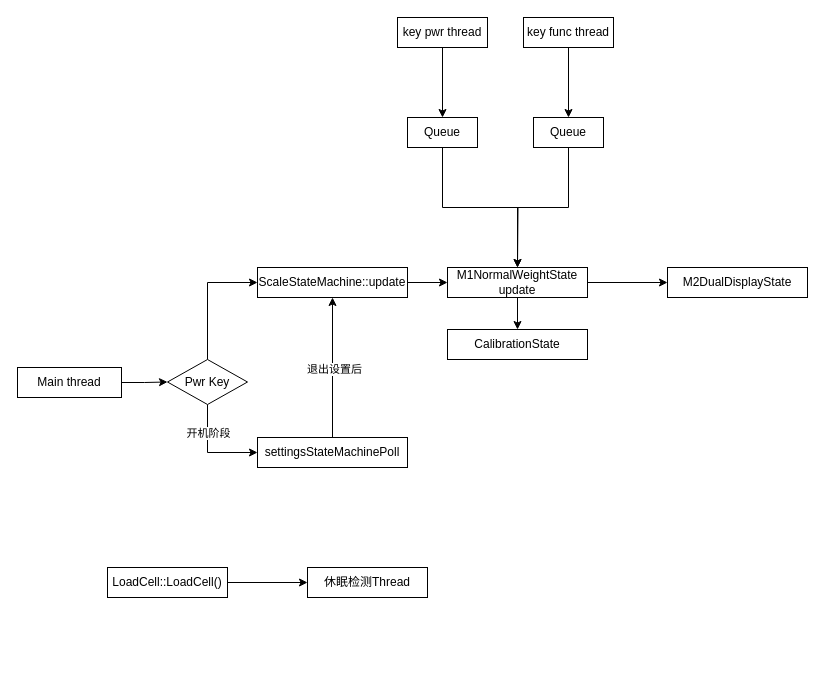
This is CoffeeWs/未命名绘图.drawio from mailonghua/drawio, a draw.io file, before an edit. Source tidied: cells renumbered, new cells numbered last; positions are measured from the earlier drawing's top-left corner, leaving out a move shared by most shapes. Both pictures are drawn from the tidied source at 100%, with x=0, y=0 at pixel (17, 17).
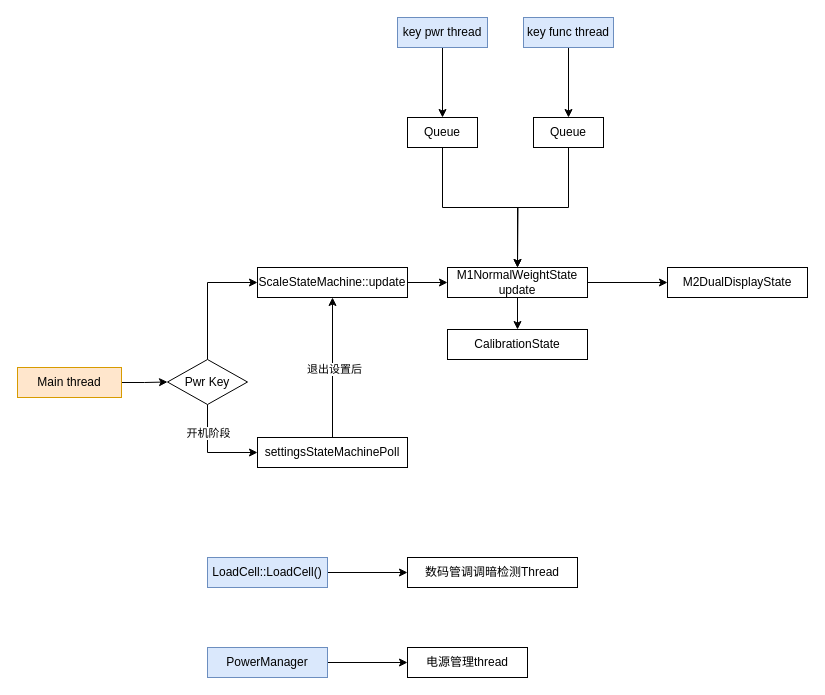
Above is the later version.

Commit message:
更新未命名绘图.drawio

Diff of the diagram source:
```diff
@@
-    <mxCell id="3" value="key pwr thread" style="rounded=0;whiteSpace=wrap;html=1;" parent="1" vertex="1">
+    <mxCell id="3" value="key pwr thread" style="rounded=0;whiteSpace=wrap;html=1;fillColor=#dae8fc;strokeColor=#6c8ebf;" parent="1" vertex="1">
       <mxGeometry x="380" width="90" height="30" as="geometry" />
     </mxCell>
@@
-    <mxCell id="5" value="key func thread" style="rounded=0;whiteSpace=wrap;html=1;" parent="1" vertex="1">
+    <mxCell id="5" value="key func thread" style="rounded=0;whiteSpace=wrap;html=1;fillColor=#dae8fc;strokeColor=#6c8ebf;" parent="1" vertex="1">
       <mxGeometry x="506" width="90" height="30" as="geometry" />
     </mxCell>
@@
-    <mxCell id="11" value="Main thread" style="rounded=0;whiteSpace=wrap;html=1;" parent="1" vertex="1">
+    <mxCell id="11" value="Main thread" style="rounded=0;whiteSpace=wrap;html=1;fillColor=#ffe6cc;strokeColor=#d79b00;" parent="1" vertex="1">
       <mxGeometry y="350" width="104" height="30" as="geometry" />
     </mxCell>
@@
-    <mxCell id="27" value="LoadCell::LoadCell()" style="rounded=0;whiteSpace=wrap;html=1;" parent="1" vertex="1">
-      <mxGeometry x="90" y="550" width="120" height="30" as="geometry" />
+    <mxCell id="27" value="LoadCell::LoadCell()" style="rounded=0;whiteSpace=wrap;html=1;fillColor=#dae8fc;strokeColor=#6c8ebf;" parent="1" vertex="1">
+      <mxGeometry x="190" y="540" width="120" height="30" as="geometry" />
     </mxCell>
-    <mxCell id="28" value="休眠检测Thread" style="rounded=0;whiteSpace=wrap;html=1;" parent="1" vertex="1">
-      <mxGeometry x="290" y="550" width="120" height="30" as="geometry" />
+    <mxCell id="28" value="数码管调调暗检测Thread" style="rounded=0;whiteSpace=wrap;html=1;" parent="1" vertex="1">
+      <mxGeometry x="390" y="540" width="170" height="30" as="geometry" />
     </mxCell>
+    <mxCell id="29" style="edgeStyle=orthogonalEdgeStyle;rounded=0;jettySize=auto;html=1;" parent="1" edge="1" source="30" target="31">
+      <mxGeometry relative="1" as="geometry" />
+    </mxCell>
+    <mxCell id="30" value="PowerManager" style="rounded=0;whiteSpace=wrap;html=1;fillColor=#dae8fc;strokeColor=#6c8ebf;" parent="1" vertex="1">
+      <mxGeometry x="190" y="630" width="120" height="30" as="geometry" />
+    </mxCell>
+    <mxCell id="31" value="电源管理thread" style="rounded=0;whiteSpace=wrap;html=1;" parent="1" vertex="1">
+      <mxGeometry x="390" y="630" width="120" height="30" as="geometry" />
+    </mxCell>
```
